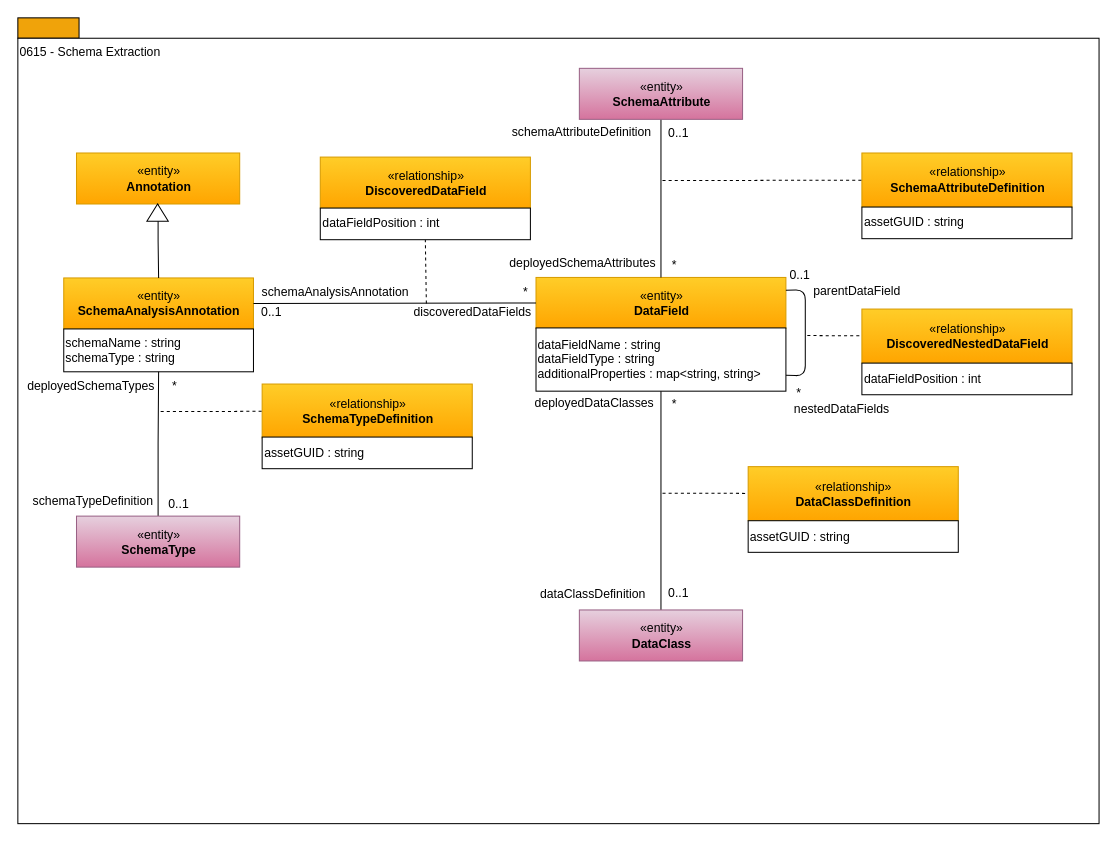
This is page "0615 - Schema Extraction" (8 of 17) of open-metadata-publication/website/open-metadata-types/area-6-discovery.drawio from planetf1/egeria, a draw.io file, before an edit. Source tidied: cells renumbered, new cells numbered last; positions are measured from the earlier drawing's top-left corner, leaving out a move shared by most shapes. Both pictures are drawn from the tidied source at 102%, with x=0, y=0 at pixel (17, 17).
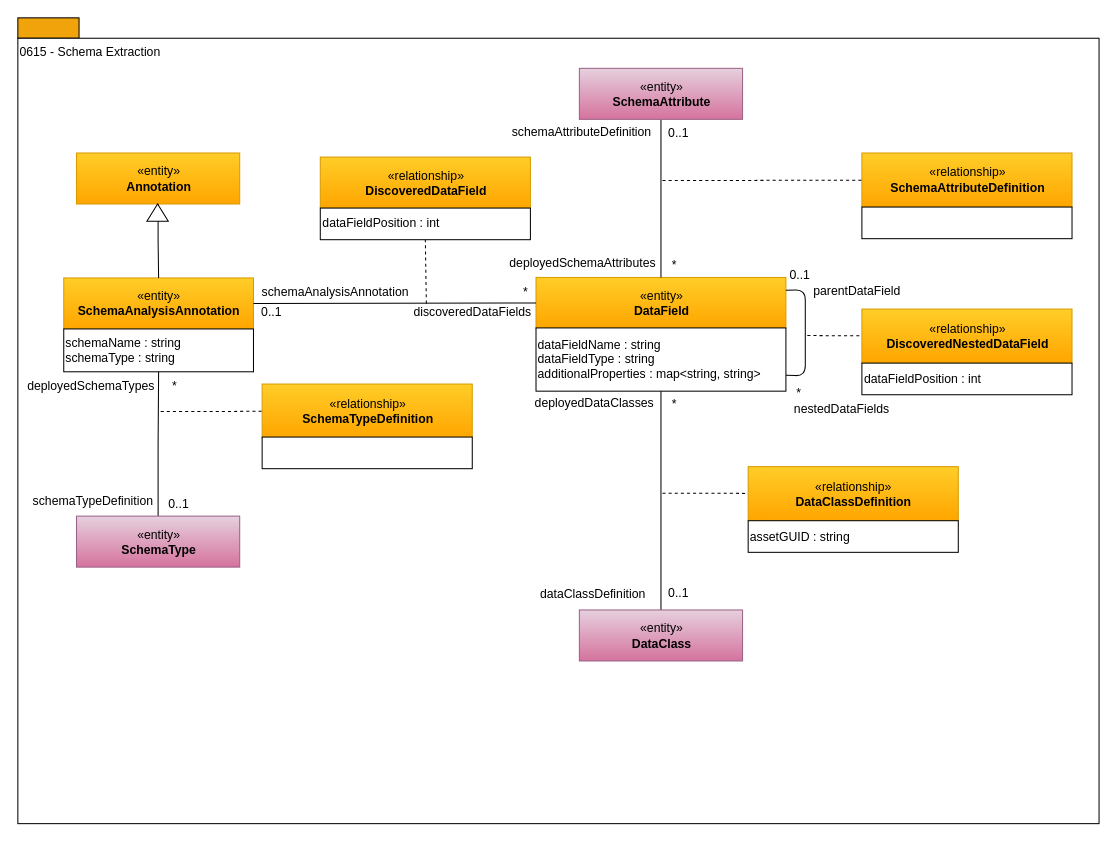
Above is the later version.

Change to the diagram source:
```diff
@@
-    <mxCell id="34" value="assetGUID : string" style="rounded=0;whiteSpace=wrap;html=1;strokeColor=#000000;gradientColor=#ffffff;align=left;" parent="1" vertex="1">
+    <mxCell id="34" style="rounded=0;whiteSpace=wrap;html=1;strokeColor=#000000;gradientColor=#ffffff;align=left;" parent="1" vertex="1">
       <mxGeometry x="827.5" y="185.5" width="206" height="31" as="geometry" />
     </mxCell>
@@
-    <mxCell id="43" value="assetGUID : string" style="rounded=0;whiteSpace=wrap;html=1;strokeColor=#000000;gradientColor=#ffffff;align=left;" parent="1" vertex="1">
+    <mxCell id="43" style="rounded=0;whiteSpace=wrap;html=1;strokeColor=#000000;gradientColor=#ffffff;align=left;" parent="1" vertex="1">
       <mxGeometry x="239.5" y="411" width="206" height="31" as="geometry" />
     </mxCell>
```
